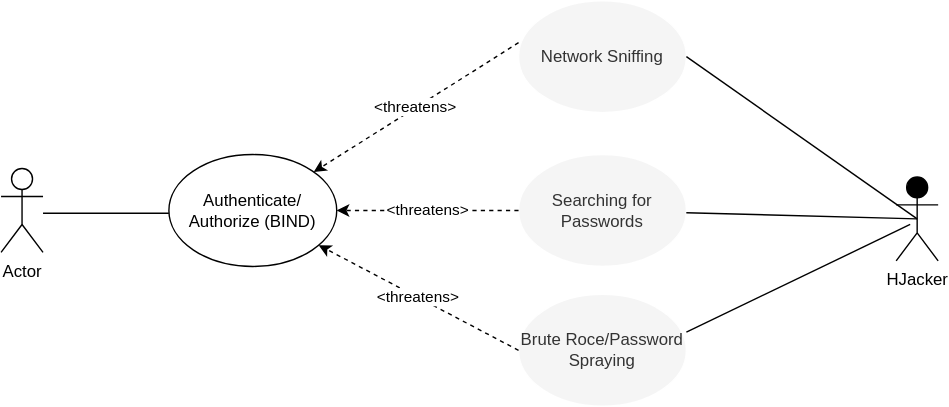
bartelsjoshuac/SAPG keeps this draw.io diagram as images/Use-Misuse Case 1 -Bind.drawio.svg. Above is the earlier version. Source tidied: cells renumbered, new cells last; positions are measured from the earlier drawing's top-left corner, leaving out a move shared by most shapes.
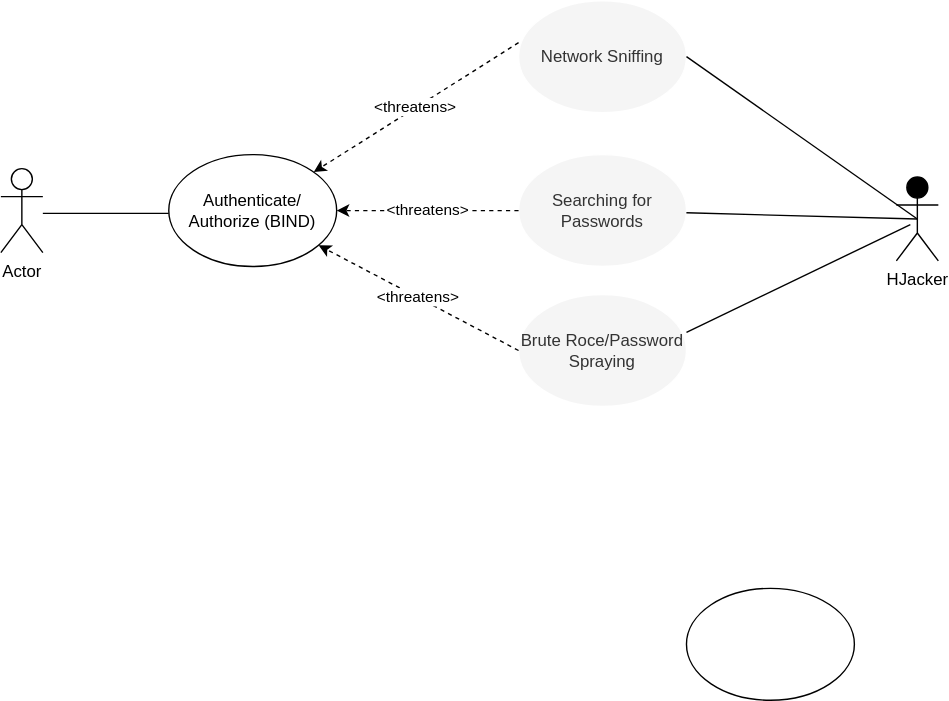
The same file after the commit.

What changed in the source:
```diff
@@ -50,5 +50,8 @@
         <mxPoint x="650" y="160" as="targetPoint" />
       </mxGeometry>
     </mxCell>
+    <mxCell id="16" style="ellipse;whiteSpace=wrap;html=1;" parent="1" vertex="1">
+      <mxGeometry x="490" y="420" width="120" height="80" as="geometry" />
+    </mxCell>
   </root>
 </mxGraphModel>
```
